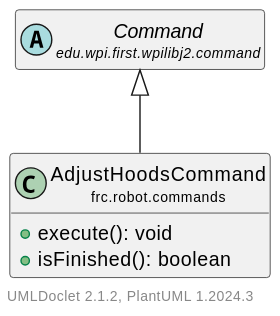
Earlier version of the PlantUML export docs/uml/frc/robot/commands/AdjustHoodsCommand.svg (LakotaRobotics1038/2026RobotProject).
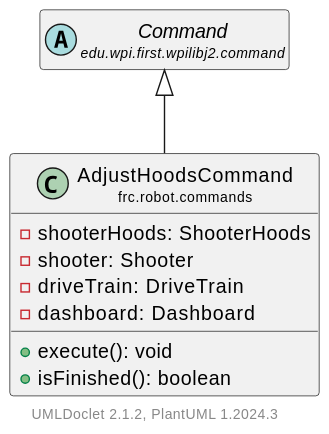
Later version of the same file.

Change to the diagram source:
```diff
@@ -4,6 +4,10 @@
     hide empty methods
 
     class "<size:14>AdjustHoodsCommand\n<size:10>frc.robot.commands" as frc.robot.commands.AdjustHoodsCommand [[AdjustHoodsCommand.html]] {
+        -shooterHoods: ShooterHoods
+        -shooter: Shooter
+        -driveTrain: DriveTrain
+        -dashboard: Dashboard
         +execute(): void
         +isFinished(): boolean
     }
```
